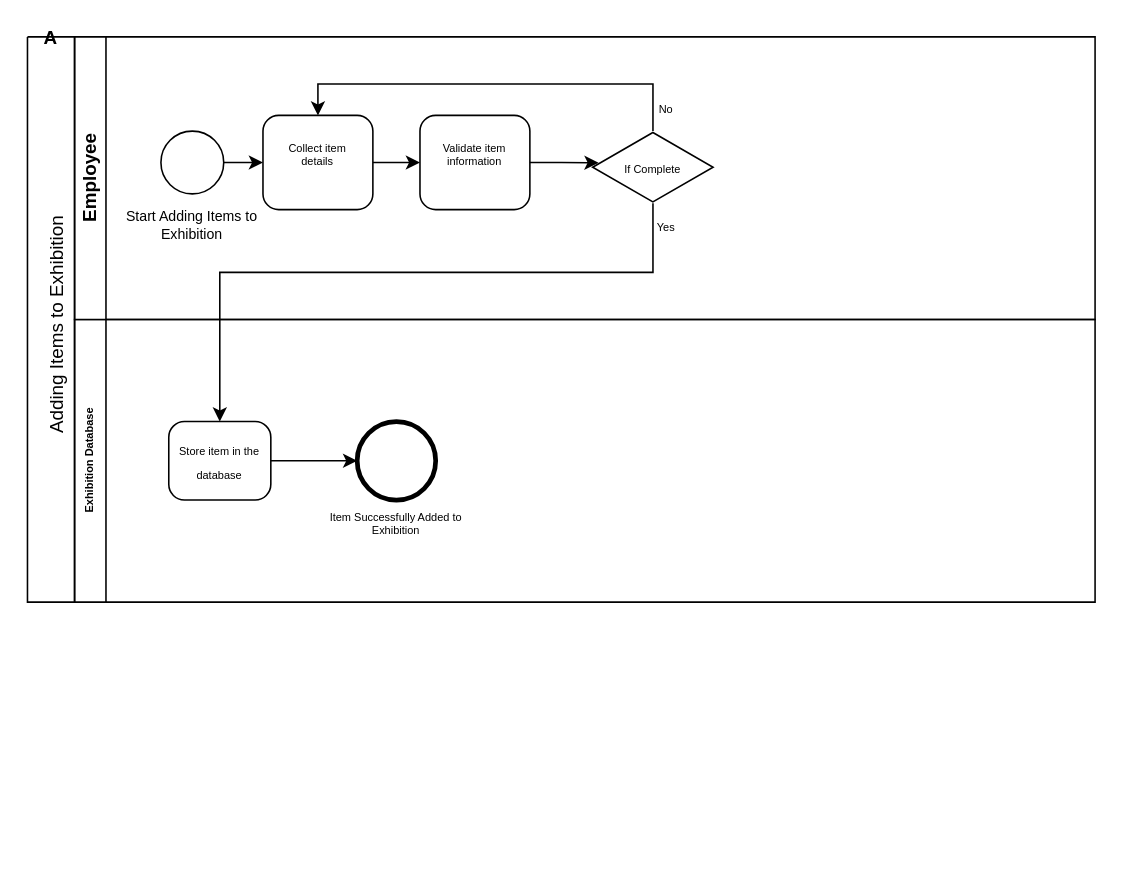
Before: Untitled Diagram.drawio in RhugvedSatardekar/DUM-Projecr, a draw.io diagram. Source tidied: cells renumbered, new cells numbered last; positions are measured from the earlier drawing's top-left corner, leaving out a move shared by most shapes. Both pictures are drawn from the tidied source at 157%, with x=0, y=0 at pixel (-69, 36).
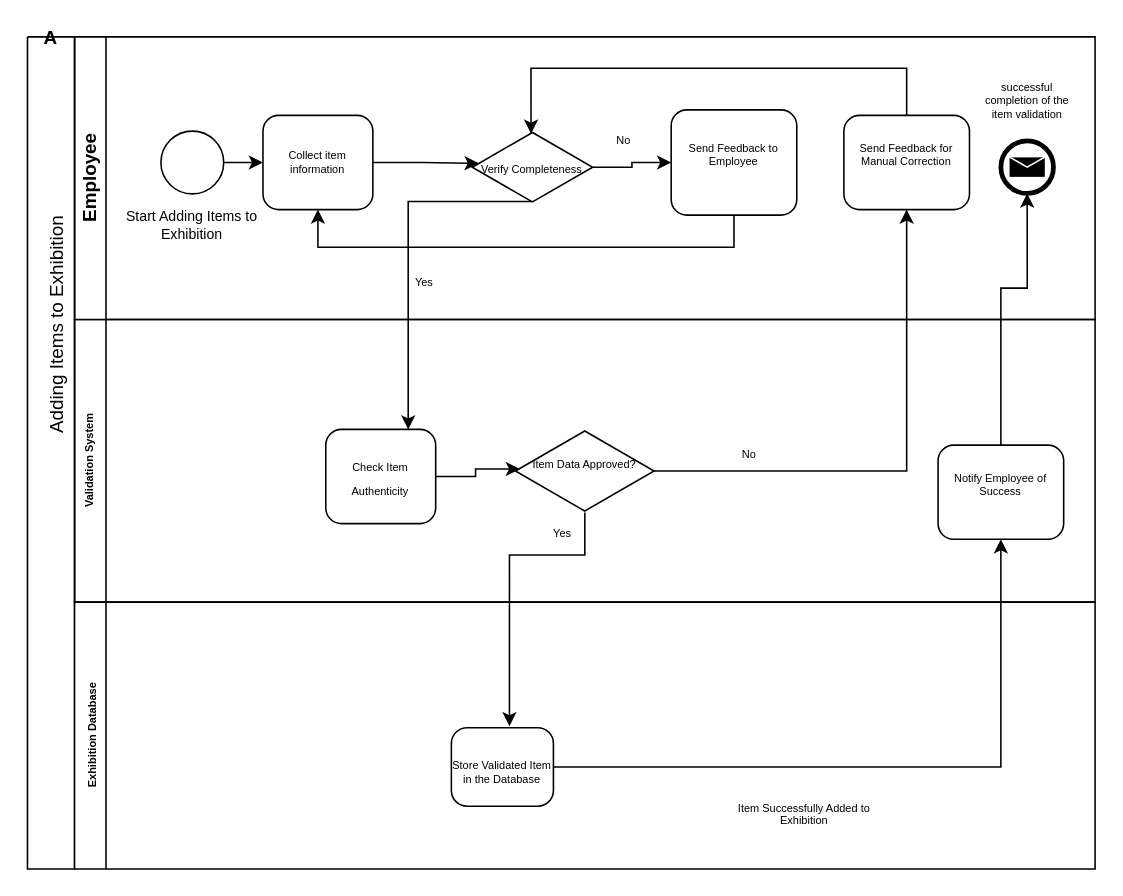
After the change.

The change refers to these unchanged cells:
```xml
<mxCell id="7" value="Employee" style="swimlane;startSize=20;horizontal=0;html=1;whiteSpace=wrap;" parent="1" vertex="1">
  <mxGeometry x="91" width="650" height="180" as="geometry" />
</mxCell>
<mxCell id="11" style="points=[[0.25,0,0],[0.5,0,0],[0.75,0,0],[1,0.25,0],[1,0.5,0],[1,0.75,0],[0.75,1,0],[0.5,1,0],[0.25,1,0],[0,0.75,0],[0,0.5,0],[0,0.25,0]];shape=mxgraph.bpmn.task;whiteSpace=wrap;rectStyle=rounded;size=10;html=1;taskMarker=abstract;" parent="7" vertex="1">
  <mxGeometry x="120" y="50" width="70" height="60" as="geometry" />
</mxCell>
```

The edit, as a diff of the source:
```diff
@@
-    <mxCell id="2" value="Exhibition Database" style="swimlane;startSize=20;horizontal=0;html=1;whiteSpace=wrap;fontSize=7;" parent="1" vertex="1">
+    <mxCell id="2" value="Validation System" style="swimlane;startSize=20;horizontal=0;html=1;whiteSpace=wrap;fontSize=7;" parent="1" vertex="1">
       <mxGeometry x="91" y="180" width="650" height="180" as="geometry" />
     </mxCell>
-    <mxCell id="3" value="&lt;font style=&quot;font-size: 7px;&quot;&gt;Store item in the database&lt;br&gt;&lt;/font&gt;" style="points=[[0.25,0,0],[0.5,0,0],[0.75,0,0],[1,0.25,0],[1,0.5,0],[1,0.75,0],[0.75,1,0],[0.5,1,0],[0.25,1,0],[0,0.75,0],[0,0.5,0],[0,0.25,0]];shape=mxgraph.bpmn.task;whiteSpace=wrap;rectStyle=rounded;size=10;html=1;taskMarker=abstract;" parent="2" vertex="1">
-      <mxGeometry x="60" y="65" width="65" height="50" as="geometry" />
-    </mxCell>
-    <mxCell id="4" style="points=[[0.145,0.145,0],[0.5,0,0],[0.855,0.145,0],[1,0.5,0],[0.855,0.855,0],[0.5,1,0],[0.145,0.855,0],[0,0.5,0]];shape=mxgraph.bpmn.event;html=1;verticalLabelPosition=bottom;labelBackgroundColor=#ffffff;verticalAlign=top;align=center;perimeter=ellipsePerimeter;outlineConnect=0;outline=end;symbol=terminate2;" parent="2" vertex="1">
-      <mxGeometry x="180" y="65" width="50" height="50" as="geometry" />
-    </mxCell>
-    <mxCell id="5" style="edgeStyle=orthogonalEdgeStyle;rounded=0;jettySize=auto;html=1;entryX=0;entryY=0.5;entryDx=0;entryDy=0;entryPerimeter=0;" parent="2" edge="1" source="3" target="4">
-      <mxGeometry relative="1" as="geometry" />
-    </mxCell>
-    <mxCell id="6" value="&#10;Item Successfully Added to Exhibition&#10;&#10;" style="text;html=1;align=center;verticalAlign=middle;whiteSpace=wrap;rounded=0;fontSize=7;" parent="2" vertex="1">
-      <mxGeometry x="160" y="115" width="90" height="40" as="geometry" />
-    </mxCell>
+    <mxCell id="23" value="&lt;font style=&quot;font-size: 7px;&quot;&gt;Check Item Authenticity&lt;/font&gt;" style="points=[[0.25,0,0],[0.5,0,0],[0.75,0,0],[1,0.25,0],[1,0.5,0],[1,0.75,0],[0.75,1,0],[0.5,1,0],[0.25,1,0],[0,0.75,0],[0,0.5,0],[0,0.25,0]];shape=mxgraph.bpmn.task;whiteSpace=wrap;rectStyle=rounded;size=10;html=1;taskMarker=abstract;" parent="2" vertex="1">
+      <mxGeometry x="160" y="70" width="70" height="60" as="geometry" />
+    </mxCell>
+    <mxCell id="24" value="&#10;Item Data Approved?&#10;&#10;" style="html=1;whiteSpace=wrap;shape=isoRectangle;fontSize=7;" parent="2" vertex="1">
+      <mxGeometry x="280.8" y="70" width="88.3" height="53" as="geometry" />
+    </mxCell>
+    <mxCell id="25" style="edgeStyle=orthogonalEdgeStyle;rounded=0;jettySize=auto;html=1;entryX=0.033;entryY=0.475;entryDx=0;entryDy=0;entryPerimeter=0;" parent="2" edge="1" source="23" target="24">
+      <mxGeometry relative="1" as="geometry" />
+    </mxCell>
+    <mxCell id="26" value="&lt;font style=&quot;font-size: 7px;&quot;&gt;Yes&lt;/font&gt;" style="text;html=1;align=center;verticalAlign=middle;whiteSpace=wrap;rounded=0;" parent="2" vertex="1">
+      <mxGeometry x="280.8" y="120" width="60" height="30" as="geometry" />
+    </mxCell>
+    <mxCell id="27" value="&lt;font style=&quot;font-size: 7px;&quot;&gt;No&lt;/font&gt;" style="text;html=1;align=center;verticalAlign=middle;whiteSpace=wrap;rounded=0;" parent="2" vertex="1">
+      <mxGeometry x="400" y="70" width="60" height="30" as="geometry" />
+    </mxCell>
+    <mxCell id="28" value="&#10;Notify Employee of Success&#10;&#10;" style="points=[[0.25,0,0],[0.5,0,0],[0.75,0,0],[1,0.25,0],[1,0.5,0],[1,0.75,0],[0.75,1,0],[0.5,1,0],[0.25,1,0],[0,0.75,0],[0,0.5,0],[0,0.25,0]];shape=mxgraph.bpmn.task;whiteSpace=wrap;rectStyle=rounded;size=10;html=1;taskMarker=abstract;fontSize=7;" parent="2" vertex="1">
+      <mxGeometry x="550" y="80" width="80" height="60" as="geometry" />
+    </mxCell>
@@
-    <mxCell id="10" style="edgeStyle=orthogonalEdgeStyle;rounded=0;jettySize=auto;html=1;" parent="7" edge="1" source="11" target="14">
+    <mxCell id="10" style="edgeStyle=orthogonalEdgeStyle;rounded=0;jettySize=auto;html=1;entryX=0.054;entryY=0.447;entryDx=0;entryDy=0;entryPerimeter=0;" parent="7" edge="1" source="11" target="15">
       <mxGeometry relative="1" as="geometry" />
     </mxCell>
@@
-    <mxCell id="12" value="&#10;Collect item details&#10;&#10;" style="text;html=1;align=center;verticalAlign=middle;whiteSpace=wrap;rounded=0;fontSize=7;" parent="11" vertex="1">
+    <mxCell id="12" value="&lt;br&gt;Collect item information&lt;div&gt;&lt;br&gt;&lt;/div&gt;" style="text;html=1;align=center;verticalAlign=middle;whiteSpace=wrap;rounded=0;fontSize=7;" parent="11" vertex="1">
       <mxGeometry x="5" y="15" width="60" height="30" as="geometry" />
     </mxCell>
@@
-    <mxCell id="14" value="&#10; Validate item information&#10;&#10;" style="points=[[0.25,0,0],[0.5,0,0],[0.75,0,0],[1,0.25,0],[1,0.5,0],[1,0.75,0],[0.75,1,0],[0.5,1,0],[0.25,1,0],[0,0.75,0],[0,0.5,0],[0,0.25,0]];shape=mxgraph.bpmn.task;whiteSpace=wrap;rectStyle=rounded;size=10;html=1;taskMarker=abstract;fontSize=7;" parent="7" vertex="1">
-      <mxGeometry x="220" y="50" width="70" height="60" as="geometry" />
-    </mxCell>
+    <mxCell id="29" style="edgeStyle=orthogonalEdgeStyle;rounded=0;jettySize=auto;html=1;" parent="7" edge="1" source="15" target="30">
+      <mxGeometry relative="1" as="geometry" />
+    </mxCell>
-    <mxCell id="15" value="&lt;font style=&quot;font-size: 7px;&quot;&gt;If Complete&lt;/font&gt;" style="html=1;whiteSpace=wrap;shape=isoRectangle;" parent="7" vertex="1">
-      <mxGeometry x="330" y="60" width="76.7" height="46" as="geometry" />
+    <mxCell id="15" value="&lt;font style=&quot;font-size: 7px;&quot;&gt;Verify Completeness&lt;/font&gt;" style="html=1;whiteSpace=wrap;shape=isoRectangle;" parent="7" vertex="1">
+      <mxGeometry x="253.3" y="60" width="76.7" height="46" as="geometry" />
     </mxCell>
-    <mxCell id="16" style="edgeStyle=orthogonalEdgeStyle;rounded=0;jettySize=auto;html=1;entryX=0.049;entryY=0.439;entryDx=0;entryDy=0;entryPerimeter=0;" parent="7" edge="1" source="14" target="15">
-      <mxGeometry relative="1" as="geometry" />
-    </mxCell>
-    <mxCell id="17" style="edgeStyle=orthogonalEdgeStyle;rounded=0;jettySize=auto;html=1;entryX=0.5;entryY=0;entryDx=0;entryDy=0;entryPerimeter=0;" parent="7" edge="1" source="15" target="11">
-      <mxGeometry relative="1" as="geometry">
-        <Array as="points">
-          <mxPoint x="368" y="30" />
-          <mxPoint x="155" y="30" />
-        </Array>
-      </mxGeometry>
-    </mxCell>
     <mxCell id="18" value="&lt;font style=&quot;font-size: 7px;&quot;&gt;No&lt;/font&gt;" style="text;html=1;align=center;verticalAlign=middle;whiteSpace=wrap;rounded=0;" parent="7" vertex="1">
-      <mxGeometry x="346.7" y="30" width="60" height="30" as="geometry" />
+      <mxGeometry x="320" y="50" width="60" height="30" as="geometry" />
     </mxCell>
     <mxCell id="19" value="&lt;font style=&quot;font-size: 7px;&quot;&gt;Yes&lt;/font&gt;" style="text;html=1;align=center;verticalAlign=middle;whiteSpace=wrap;rounded=0;" parent="7" vertex="1">
-      <mxGeometry x="346.7" y="105" width="60" height="30" as="geometry" />
+      <mxGeometry x="193.3" y="140" width="60" height="30" as="geometry" />
     </mxCell>
+    <mxCell id="30" value="&#10;Send Feedback to Employee&#10;&#10;" style="points=[[0.25,0,0],[0.5,0,0],[0.75,0,0],[1,0.25,0],[1,0.5,0],[1,0.75,0],[0.75,1,0],[0.5,1,0],[0.25,1,0],[0,0.75,0],[0,0.5,0],[0,0.25,0]];shape=mxgraph.bpmn.task;whiteSpace=wrap;rectStyle=rounded;size=10;html=1;taskMarker=abstract;fontSize=7;" parent="7" vertex="1">
+      <mxGeometry x="380" y="46.5" width="80" height="67" as="geometry" />
+    </mxCell>
+    <mxCell id="31" style="edgeStyle=orthogonalEdgeStyle;rounded=0;jettySize=auto;html=1;entryX=0.5;entryY=1;entryDx=0;entryDy=0;entryPerimeter=0;" parent="7" edge="1" source="30" target="11">
+      <mxGeometry relative="1" as="geometry">
+        <Array as="points">
+          <mxPoint x="420" y="134" />
+          <mxPoint x="155" y="134" />
+        </Array>
+      </mxGeometry>
+    </mxCell>
+    <mxCell id="32" value="&#10;Send Feedback for Manual Correction&#10;&#10;" style="points=[[0.25,0,0],[0.5,0,0],[0.75,0,0],[1,0.25,0],[1,0.5,0],[1,0.75,0],[0.75,1,0],[0.5,1,0],[0.25,1,0],[0,0.75,0],[0,0.5,0],[0,0.25,0]];shape=mxgraph.bpmn.task;whiteSpace=wrap;rectStyle=rounded;size=10;html=1;taskMarker=abstract;fontSize=7;" parent="7" vertex="1">
+      <mxGeometry x="490" y="50" width="80" height="60" as="geometry" />
+    </mxCell>
+    <mxCell id="33" style="edgeStyle=orthogonalEdgeStyle;rounded=0;jettySize=auto;html=1;entryX=0.488;entryY=0.037;entryDx=0;entryDy=0;entryPerimeter=0;" parent="7" edge="1" source="32" target="15">
+      <mxGeometry relative="1" as="geometry">
+        <Array as="points">
+          <mxPoint x="530" y="20" />
+          <mxPoint x="290" y="20" />
+          <mxPoint x="290" y="62" />
+        </Array>
+      </mxGeometry>
+    </mxCell>
+    <mxCell id="34" style="points=[[0.145,0.145,0],[0.5,0,0],[0.855,0.145,0],[1,0.5,0],[0.855,0.855,0],[0.5,1,0],[0.145,0.855,0],[0,0.5,0]];shape=mxgraph.bpmn.event;html=1;verticalLabelPosition=bottom;labelBackgroundColor=#ffffff;verticalAlign=top;align=center;perimeter=ellipsePerimeter;outlineConnect=0;outline=end;symbol=message;" parent="7" vertex="1">
+      <mxGeometry x="590" y="66.2" width="33.5" height="33.5" as="geometry" />
+    </mxCell>
+    <mxCell id="35" value="&#10;successful completion of the item validation&#10;&#10;" style="text;html=1;align=center;verticalAlign=middle;whiteSpace=wrap;rounded=0;fontSize=7;" parent="7" vertex="1">
+      <mxGeometry x="576.8" y="30" width="60" height="30" as="geometry" />
+    </mxCell>
     <mxCell id="20" value="A" style="swimlane;startSize=0;" parent="1" vertex="1">
-      <mxGeometry x="61" width="30" height="360" as="geometry" />
+      <mxGeometry x="61" width="30" height="530" as="geometry" />
     </mxCell>
-    <mxCell id="21" style="edgeStyle=orthogonalEdgeStyle;rounded=0;jettySize=auto;html=1;entryX=0.5;entryY=0;entryDx=0;entryDy=0;entryPerimeter=0;" parent="1" edge="1" source="15" target="3">
-      <mxGeometry relative="1" as="geometry">
-        <Array as="points">
-          <mxPoint x="459" y="150" />
-          <mxPoint x="184" y="150" />
-        </Array>
-      </mxGeometry>
-    </mxCell>
@@
+    <mxCell id="36" value="&lt;span style=&quot;font-size: 7px;&quot;&gt;Exhibition Database&lt;/span&gt;" style="swimlane;startSize=20;horizontal=0;html=1;whiteSpace=wrap;" parent="1" vertex="1">
+      <mxGeometry x="91" y="360" width="650" height="170" as="geometry" />
+    </mxCell>
+    <mxCell id="3" value="&lt;br&gt;Store Validated Item in the Database" style="points=[[0.25,0,0],[0.5,0,0],[0.75,0,0],[1,0.25,0],[1,0.5,0],[1,0.75,0],[0.75,1,0],[0.5,1,0],[0.25,1,0],[0,0.75,0],[0,0.5,0],[0,0.25,0]];shape=mxgraph.bpmn.task;whiteSpace=wrap;rectStyle=rounded;size=10;html=1;taskMarker=abstract;fontSize=7;" parent="36" vertex="1">
+      <mxGeometry x="240" y="80" width="65" height="50" as="geometry" />
+    </mxCell>
+    <mxCell id="6" value="&#10;Item Successfully Added to Exhibition&#10;&#10;" style="text;html=1;align=center;verticalAlign=middle;whiteSpace=wrap;rounded=0;fontSize=7;" parent="36" vertex="1">
+      <mxGeometry x="420" y="120" width="90" height="40" as="geometry" />
+    </mxCell>
+    <mxCell id="37" style="edgeStyle=orthogonalEdgeStyle;rounded=0;jettySize=auto;html=1;entryX=0.75;entryY=0;entryDx=0;entryDy=0;entryPerimeter=0;exitX=0.498;exitY=0.974;exitDx=0;exitDy=0;exitPerimeter=0;" parent="1" edge="1" source="15" target="23">
+      <mxGeometry relative="1" as="geometry" />
+    </mxCell>
+    <mxCell id="38" style="edgeStyle=orthogonalEdgeStyle;rounded=0;jettySize=auto;html=1;entryX=0.569;entryY=-0.018;entryDx=0;entryDy=0;entryPerimeter=0;" parent="1" edge="1" source="24" target="3">
+      <mxGeometry relative="1" as="geometry">
+        <Array as="points">
+          <mxPoint x="416" y="330" />
+          <mxPoint x="368" y="330" />
+        </Array>
+      </mxGeometry>
+    </mxCell>
+    <mxCell id="39" style="edgeStyle=orthogonalEdgeStyle;rounded=0;jettySize=auto;html=1;" parent="1" edge="1" source="3" target="28">
+      <mxGeometry relative="1" as="geometry" />
+    </mxCell>
+    <mxCell id="40" style="edgeStyle=orthogonalEdgeStyle;rounded=0;jettySize=auto;html=1;entryX=0.5;entryY=1;entryDx=0;entryDy=0;entryPerimeter=0;" parent="1" edge="1" source="24" target="32">
+      <mxGeometry relative="1" as="geometry" />
+    </mxCell>
+    <mxCell id="41" style="edgeStyle=orthogonalEdgeStyle;rounded=0;jettySize=auto;html=1;entryX=0.5;entryY=1;entryDx=0;entryDy=0;entryPerimeter=0;" parent="1" edge="1" source="28" target="34">
+      <mxGeometry relative="1" as="geometry">
+        <Array as="points">
+          <mxPoint x="681" y="160" />
+          <mxPoint x="698" y="160" />
+        </Array>
+      </mxGeometry>
+    </mxCell>
```
